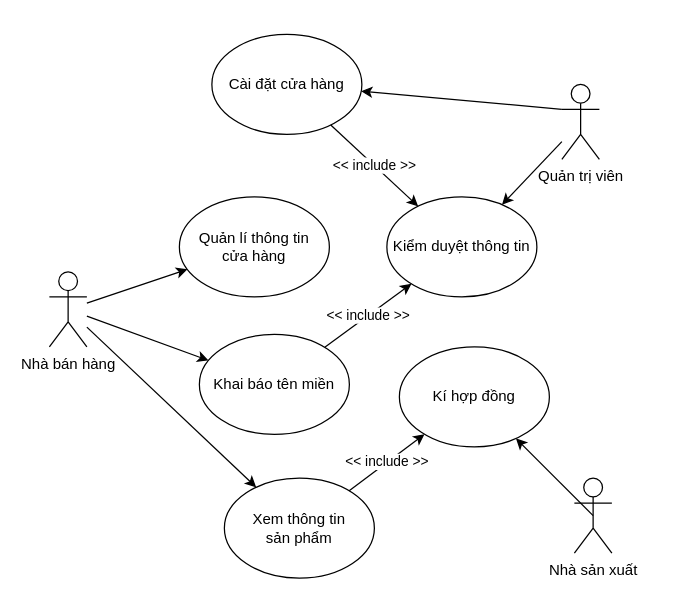
This is images/usecase-store.drawio from ocopee/docs, a draw.io file, before an edit. Source tidied: cells renumbered, new cells numbered last; positions are measured from the earlier drawing's top-left corner, leaving out a move shared by most shapes. Both pictures are drawn from the tidied source at 125%, with x=0, y=0 at pixel (49, 34).
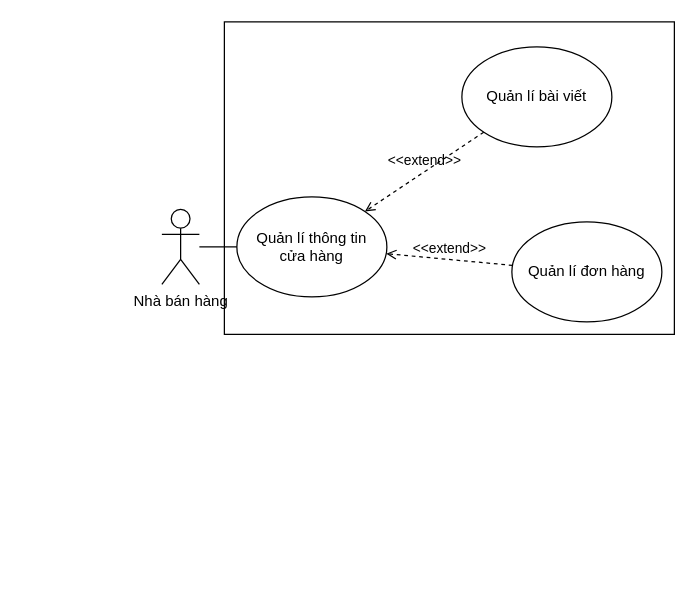
The same page after the edit.

Diff of the diagram source:
```diff
@@
 <mxGraphModel>
   <root>
     <mxCell id="0" />
     <mxCell id="1" parent="0" />
+    <mxCell id="20" style="html=1;" parent="1" vertex="1">
+      <mxGeometry x="140" y="-10" width="360" height="250" as="geometry" />
+    </mxCell>
     <mxCell id="2" value="Nhà bán hàng" style="shape=umlActor;verticalLabelPosition=bottom;verticalAlign=top;html=1;outlineConnect=0;" parent="1" vertex="1">
-      <mxGeometry y="190" width="30" height="60" as="geometry" />
+      <mxGeometry x="90" y="140" width="30" height="60" as="geometry" />
     </mxCell>
-    <mxCell id="3" value="Khai báo tên miền" style="ellipse;whiteSpace=wrap;html=1;" parent="1" vertex="1">
-      <mxGeometry x="120" y="240" width="120" height="80" as="geometry" />
-    </mxCell>
     <mxCell id="4" value="Quản lí thông tin&lt;br&gt;cửa hàng" style="ellipse;whiteSpace=wrap;html=1;" parent="1" vertex="1">
-      <mxGeometry x="104" y="130" width="120" height="80" as="geometry" />
+      <mxGeometry x="150" y="130" width="120" height="80" as="geometry" />
     </mxCell>
-    <mxCell id="5" value="Cài đặt cửa hàng" style="ellipse;whiteSpace=wrap;html=1;" parent="1" vertex="1">
-      <mxGeometry x="130" width="120" height="80" as="geometry" />
-    </mxCell>
-    <mxCell id="6" value="Quản trị viên" style="shape=umlActor;verticalLabelPosition=bottom;verticalAlign=top;html=1;outlineConnect=0;" parent="1" vertex="1">
-      <mxGeometry x="410" y="40" width="30" height="60" as="geometry" />
-    </mxCell>
-    <mxCell id="7" value="Kiểm duyệt thông tin" style="ellipse;whiteSpace=wrap;html=1;" parent="1" vertex="1">
-      <mxGeometry x="270" y="130" width="120" height="80" as="geometry" />
-    </mxCell>
-    <mxCell id="8" value="&amp;lt;&amp;lt; include &amp;gt;&amp;gt;" style="endArrow=classic;html=1;rounded=0;" parent="1" edge="1" source="5" target="7">
-      <mxGeometry relative="1" as="geometry" />
-    </mxCell>
-    <mxCell id="9" value="&amp;lt;&amp;lt; include &amp;gt;&amp;gt;" style="endArrow=classic;html=1;rounded=0;" parent="1" edge="1" source="3" target="7">
-      <mxGeometry relative="1" as="geometry" />
-    </mxCell>
-    <mxCell id="10" style="endArrow=classic;html=1;rounded=0;" parent="1" edge="1" source="2" target="3">
-      <mxGeometry relative="1" as="geometry" />
-    </mxCell>
-    <mxCell id="11" style="endArrow=classic;html=1;rounded=0;" parent="1" edge="1" source="6" target="7">
-      <mxGeometry relative="1" as="geometry" />
-    </mxCell>
-    <mxCell id="12" style="endArrow=classic;html=1;rounded=0;exitX=0;exitY=0.3333333333333333;exitDx=0;exitDy=0;exitPerimeter=0;" parent="1" edge="1" source="6" target="5">
-      <mxGeometry relative="1" as="geometry" />
-    </mxCell>
-    <mxCell id="13" style="endArrow=classic;html=1;rounded=0;" parent="1" edge="1" source="2" target="4">
-      <mxGeometry relative="1" as="geometry" />
-    </mxCell>
-    <mxCell id="14" value="Nhà sản xuất" style="shape=umlActor;verticalLabelPosition=bottom;verticalAlign=top;html=1;outlineConnect=0;" parent="1" vertex="1">
-      <mxGeometry x="420" y="355" width="30" height="60" as="geometry" />
-    </mxCell>
-    <mxCell id="15" value="Xem thông tin&lt;br&gt;sản phẩm" style="ellipse;whiteSpace=wrap;html=1;" parent="1" vertex="1">
-      <mxGeometry x="140" y="355" width="120" height="80" as="geometry" />
-    </mxCell>
-    <mxCell id="16" style="endArrow=classic;html=1;rounded=0;" parent="1" edge="1" source="2" target="15">
+    <mxCell id="16" style="endArrow=none;html=1;rounded=0;entryX=0;entryY=0.5;entryDx=0;entryDy=0;endFill=0;" parent="1" edge="1" source="2" target="4">
       <mxGeometry relative="1" as="geometry" />
     </mxCell>
-    <mxCell id="17" value="Kí hợp đồng" style="ellipse;whiteSpace=wrap;html=1;" parent="1" vertex="1">
-      <mxGeometry x="280" y="250" width="120" height="80" as="geometry" />
-    </mxCell>
-    <mxCell id="18" value="&amp;lt;&amp;lt; include &amp;gt;&amp;gt;" style="endArrow=classic;html=1;rounded=0;" parent="1" edge="1" source="15" target="17">
-      <mxGeometry relative="1" as="geometry" />
-    </mxCell>
-    <mxCell id="19" style="endArrow=classic;html=1;rounded=0;exitX=0.5;exitY=0.5;exitDx=0;exitDy=0;exitPerimeter=0;" parent="1" edge="1" source="14" target="17">
-      <mxGeometry relative="1" as="geometry" />
-    </mxCell>
+    <mxCell id="21" value="Quản lí bài viết" style="ellipse;whiteSpace=wrap;html=1;" parent="1" vertex="1">
+      <mxGeometry x="330" y="10" width="120" height="80" as="geometry" />
+    </mxCell>
+    <mxCell id="22" value="Quản lí đơn hàng" style="ellipse;whiteSpace=wrap;html=1;" parent="1" vertex="1">
+      <mxGeometry x="370" y="150" width="120" height="80" as="geometry" />
+    </mxCell>
+    <mxCell id="23" value="&amp;lt;&amp;lt;extend&amp;gt;&amp;gt;" style="html=1;verticalAlign=bottom;labelBackgroundColor=none;endArrow=open;endFill=0;dashed=1;rounded=0;" parent="1" edge="1" source="21" target="4">
+      <mxGeometry relative="1" as="geometry" />
+    </mxCell>
+    <mxCell id="24" value="&amp;lt;&amp;lt;extend&amp;gt;&amp;gt;" style="html=1;verticalAlign=bottom;labelBackgroundColor=none;endArrow=open;endFill=0;dashed=1;rounded=0;" parent="1" edge="1" source="22" target="4">
+      <mxGeometry relative="1" as="geometry" />
+    </mxCell>
   </root>
 </mxGraphModel>
```
